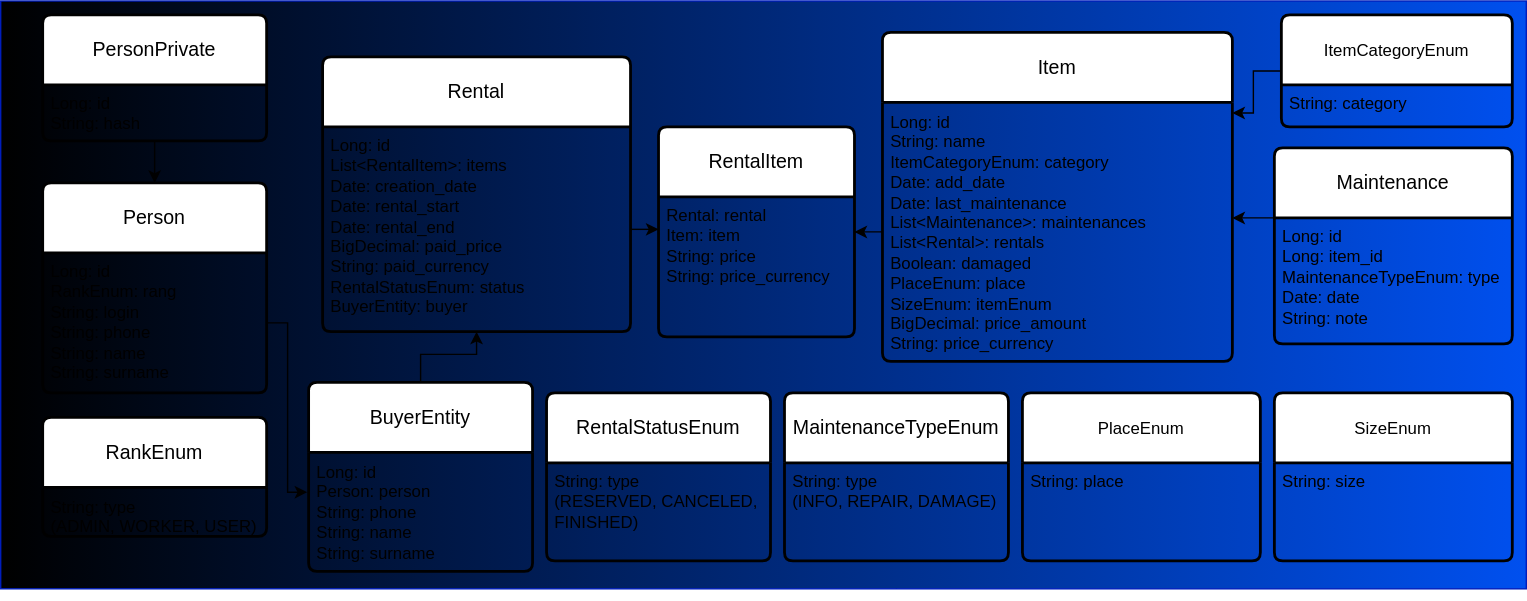
This is HLD/images/database.svg from dawid-poradzinski/RentalManagementApp, a draw.io export, as it was before one commit. Source tidied: cells renumbered, new cells last; positions are measured from the earlier drawing's top-left corner, leaving out a move shared by most shapes.
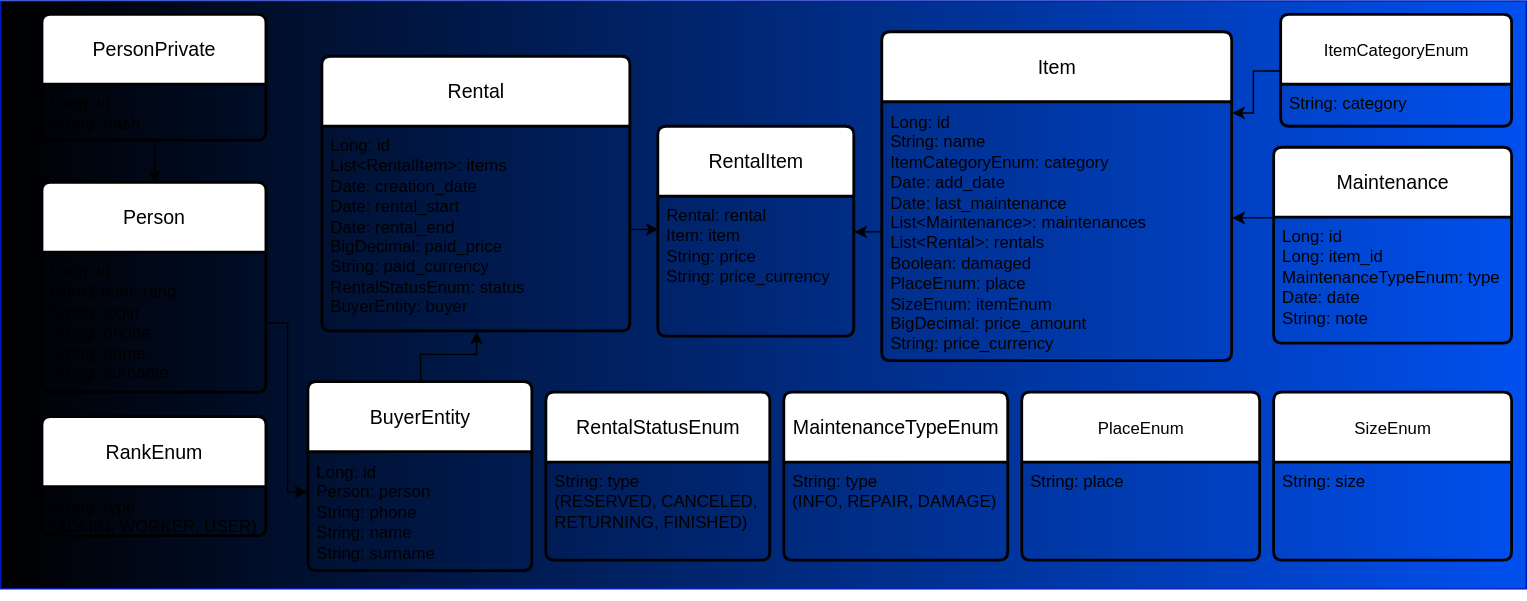
After the change.

What changed in the source:
```diff
@@ -44,7 +44,7 @@
     <mxCell id="15" value="RentalStatusEnum" style="swimlane;horizontal=1;startSize=50;rounded=1;fontSize=14;fontStyle=0;strokeWidth=2;shadow=0;dashed=0;align=center;arcSize=4;whiteSpace=wrap;html=1;" parent="1" vertex="1">
       <mxGeometry x="390" y="280" width="160" height="120" as="geometry" />
     </mxCell>
-    <mxCell id="16" value="String: type&lt;br&gt;(RESERVED, CANCELED, FINISHED)&amp;nbsp;" style="align=left;strokeColor=none;fillColor=none;spacingLeft=4;spacingRight=4;fontSize=12;verticalAlign=top;html=1;whiteSpace=wrap;" parent="15" vertex="1">
+    <mxCell id="16" value="String: type&lt;br&gt;(RESERVED, CANCELED, RETURNING, FINISHED)&amp;nbsp;" style="align=left;strokeColor=none;fillColor=none;spacingLeft=4;spacingRight=4;fontSize=12;verticalAlign=top;html=1;whiteSpace=wrap;" parent="15" vertex="1">
       <mxGeometry y="50" width="160" height="70" as="geometry" />
     </mxCell>
     <mxCell id="17" style="edgeStyle=orthogonalEdgeStyle;rounded=0;jettySize=auto;html=1;entryX=0.5;entryY=1;entryDx=0;entryDy=0;" parent="1" edge="1" source="18" target="14">
```
